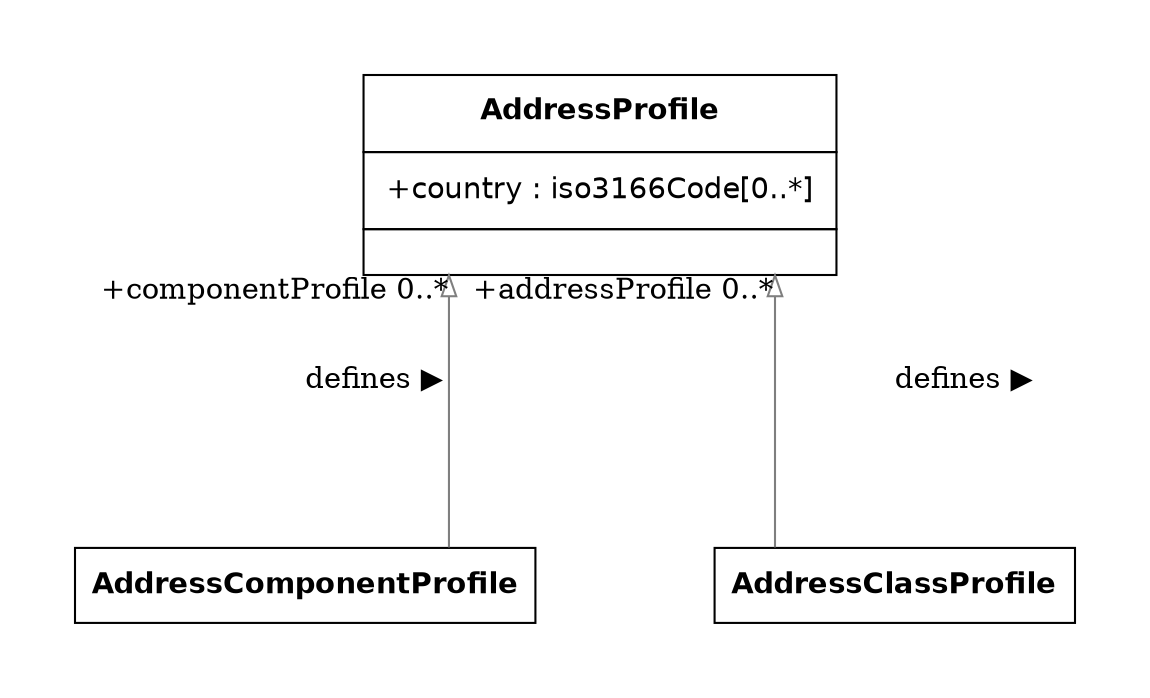
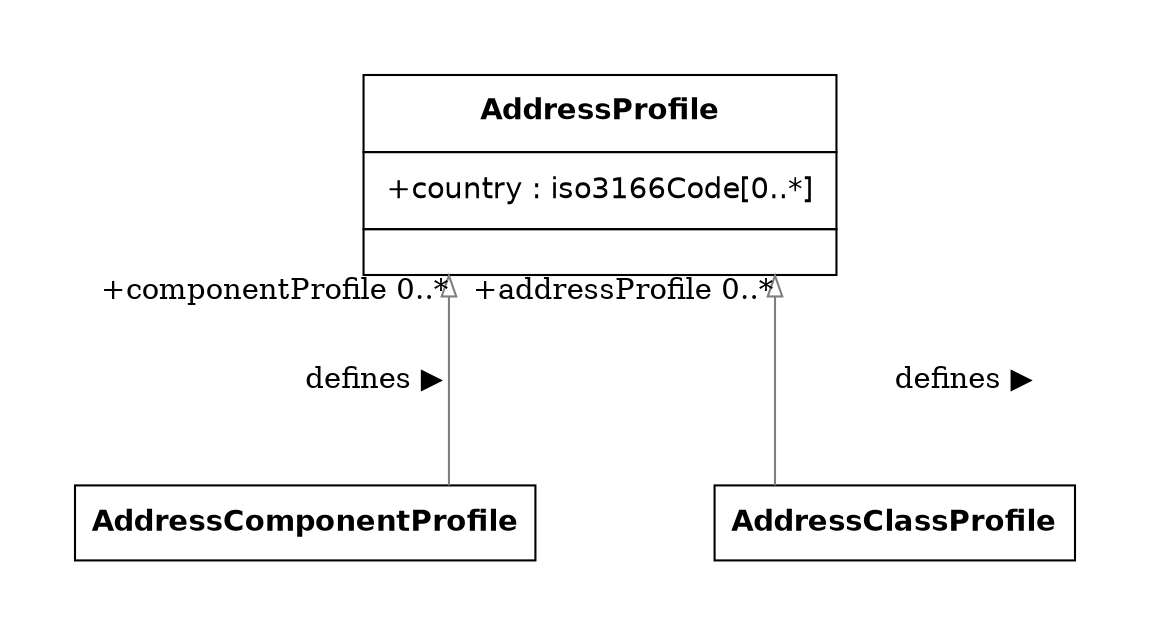
digraph G {
-   graph [splines="ortho" pad=0.5 ranksep="1.2.equally" nodesep="1.2.equally"]
+   graph [splines="ortho" pad="0.5" ranksep="1.2" nodesep="1.2"]
  edge [color="gray50"]
  node [shape="box" fontname="Helvetica-bold"]

  AddressProfile [
    shape="plain"
    fontname="Helvetica"
    label=<<TABLE BORDER="0" CELLBORDER="1" CELLSPACING="0" CELLPADDING="10">
    <TR>
    <TD><TABLE BORDER="0" CELLPADDING="0" CELLSPACING="0">
    <TR><TD ALIGN="CENTER"><B>AddressProfile</B></TD></TR>
  </TABLE>
  </TD>
  </TR>

  <TR>
    <TD><TABLE BORDER="0" CELLPADDING="0" CELLSPACING="0">
              <TR><TD ALIGN="LEFT">+country : iso3166Code&#91;0..*&#93;</TD></TR>
  </TABLE>
        </TD>
  </TR>

  <TR>
    <TD><TABLE BORDER="0" CELLPADDING="0" CELLSPACING="0">
    <TR><TD ALIGN="LEFT"></TD></TR>
  </TABLE></TD>
  </TR>

  </TABLE>>]

  AddressProfile -> AddressComponentProfile [dir="back" label="defines ▶" arrowtail="onormal" arrowhead="odiamond" taillabel="+componentProfile 0..*"]
  AddressProfile -> AddressClassProfile [dir="back" label="defines ▶" arrowtail="onormal" arrowhead="odiamond" taillabel="+addressProfile 0..*"]
}
